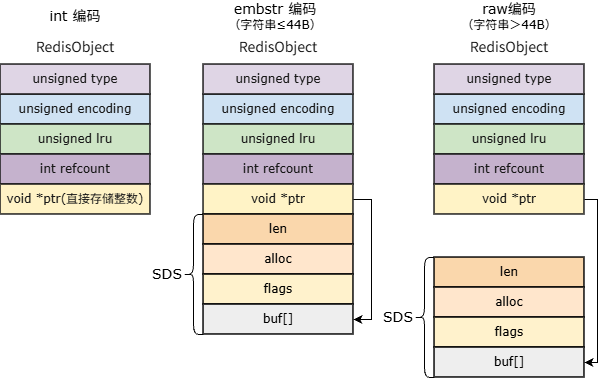
This is redis/Redis String 三种编码方式.drawio.png from oHo404/imgrepo, a draw.io export, as it was before one commit. Source tidied: cells renumbered, new cells last; positions are measured from the earlier drawing's top-left corner, leaving out a move shared by most shapes.
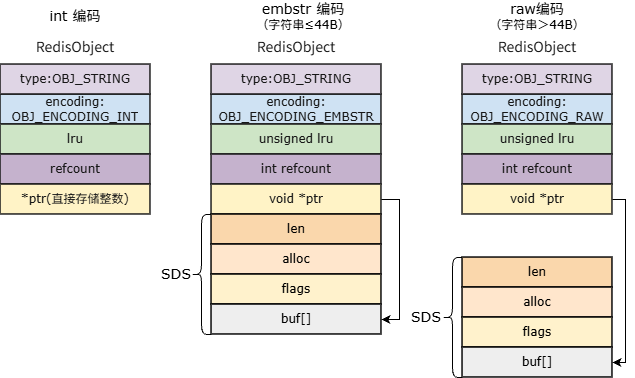
After the change.

Commit message:
更新Redis String 三种编码方式.drawio.png

The edit, as a diff of the source:
```diff
@@ -3,10 +3,10 @@
     <mxCell id="0" />
     <mxCell id="1" parent="0" />
     <mxCell id="2" value="&lt;font face=&quot;Verdana&quot; style=&quot;font-size: 14px;&quot;&gt;SDS&lt;/font&gt;" style="text;html=1;whiteSpace=wrap;strokeColor=none;fillColor=none;align=center;verticalAlign=middle;rounded=0;strokeWidth=1.5;" parent="1" vertex="1">
-      <mxGeometry x="137" y="258" width="60" height="30" as="geometry" />
+      <mxGeometry x="118" y="258" width="60" height="30" as="geometry" />
     </mxCell>
     <mxCell id="3" style="shape=curlyBracket;whiteSpace=wrap;html=1;rounded=1;labelPosition=left;verticalLabelPosition=middle;align=right;verticalAlign=middle;labelPerimeter=1;fontSize=11;strokeWidth=1;" parent="1" vertex="1">
-      <mxGeometry x="183" y="213" width="20" height="120" as="geometry" />
+      <mxGeometry x="163" y="213" width="20" height="120" as="geometry" />
     </mxCell>
     <mxCell id="4" style="endArrow=classic;html=1;rounded=0;defaultLabelBackgroundColor=gap;exitX=1;exitY=0.5;exitDx=0;exitDy=0;entryX=1;entryY=0.5;entryDx=0;entryDy=0;edgeStyle=orthogonalEdgeStyle;" parent="1" edge="1" source="35" target="41">
       <mxGeometry x="-0.15" relative="1" as="geometry">
@@ -23,7 +23,7 @@
       <mxGeometry x="368" y="301" width="60" height="30" as="geometry" />
     </mxCell>
     <mxCell id="7" value="&lt;font style=&quot;font-size: 14px;&quot; face=&quot;Verdana&quot;&gt;int 编码&lt;/font&gt;" style="text;html=1;whiteSpace=wrap;strokeColor=none;fillColor=none;align=center;verticalAlign=middle;rounded=0;" parent="1" vertex="1">
-      <mxGeometry x="35" width="80" height="30" as="geometry" />
+      <mxGeometry x="7" width="80" height="30" as="geometry" />
     </mxCell>
     <mxCell id="8" value="&lt;font face=&quot;Verdana&quot; style=&quot;font-size: 14px;&quot;&gt;embstr 编码&lt;/font&gt;&lt;div&gt;&lt;font face=&quot;Verdana&quot;&gt;（字符串≤44B）&lt;/font&gt;&lt;/div&gt;" style="text;html=1;whiteSpace=wrap;strokeColor=none;fillColor=none;align=center;verticalAlign=middle;rounded=0;" parent="1" vertex="1">
       <mxGeometry x="210" width="130" height="30" as="geometry" />
@@ -32,61 +32,61 @@
       <mxGeometry x="449" width="120" height="30" as="geometry" />
     </mxCell>
     <mxCell id="10" style="group;" parent="1" vertex="1">
-      <mxGeometry x="203" y="30" width="150" height="183" as="geometry" />
+      <mxGeometry x="183" y="30" width="170" height="183" as="geometry" />
     </mxCell>
-    <mxCell id="11" value="unsigned encoding" style="shape=rectangle;rounded=0;absoluteArcSize=1;arcSize=0;whiteSpace=wrap;html=0;align=center;verticalAlign=middle;fillColor=#CFE2F3;strokeColor=#171717;strokeWidth=1.5;fontColor=#171717;fontSize=12;fontFamily=Verdana;fontStyle=0;spacing=0;overflow=hidden;" parent="10" vertex="1">
-      <mxGeometry y="63" width="150" height="30" as="geometry" />
+    <mxCell id="11" value="encoding:&#10;OBJ_ENCODING_EMBSTR" style="shape=rectangle;rounded=0;absoluteArcSize=1;arcSize=0;whiteSpace=wrap;html=0;align=center;verticalAlign=middle;fillColor=#CFE2F3;strokeColor=#171717;strokeWidth=1.5;fontColor=#171717;fontSize=12;fontFamily=Verdana;fontStyle=0;spacing=0;overflow=hidden;" parent="10" vertex="1">
+      <mxGeometry y="63" width="170" height="30" as="geometry" />
     </mxCell>
-    <mxCell id="12" value="unsigned type" style="shape=rectangle;rounded=0;absoluteArcSize=1;arcSize=0;whiteSpace=wrap;html=0;align=center;verticalAlign=middle;fillColor=#DFD5E5;strokeColor=#171717;strokeWidth=1.5;fontColor=#171717;fontSize=12;fontFamily=Verdana;fontStyle=0;spacing=0;overflow=hidden;" parent="10" vertex="1">
-      <mxGeometry y="33" width="150" height="30" as="geometry" />
+    <mxCell id="12" value="type:OBJ_STRING" style="shape=rectangle;rounded=0;absoluteArcSize=1;arcSize=0;whiteSpace=wrap;html=0;align=center;verticalAlign=middle;fillColor=#DFD5E5;strokeColor=#171717;strokeWidth=1.5;fontColor=#171717;fontSize=12;fontFamily=Verdana;fontStyle=0;spacing=0;overflow=hidden;" parent="10" vertex="1">
+      <mxGeometry y="33" width="170" height="30" as="geometry" />
     </mxCell>
     <mxCell id="13" value="unsigned lru" style="shape=rectangle;rounded=0;absoluteArcSize=1;arcSize=0;whiteSpace=wrap;html=0;align=center;verticalAlign=middle;fillColor=#CEE5C6;strokeColor=#171717;strokeWidth=1.5;fontColor=#171717;fontSize=12;fontFamily=Verdana;fontStyle=0;spacing=0;overflow=hidden;" parent="10" vertex="1">
-      <mxGeometry y="93" width="150" height="30" as="geometry" />
+      <mxGeometry y="93" width="170" height="30" as="geometry" />
     </mxCell>
     <mxCell id="14" value="int refcount" style="shape=rectangle;rounded=0;absoluteArcSize=1;arcSize=0;whiteSpace=wrap;html=0;align=center;verticalAlign=middle;fillColor=#C5B2CD;strokeColor=#171717;strokeWidth=1.5;fontColor=#171717;fontSize=12;fontFamily=Verdana;fontStyle=0;spacing=0;overflow=hidden;" parent="10" vertex="1">
-      <mxGeometry y="123" width="150" height="30" as="geometry" />
+      <mxGeometry y="123" width="170" height="30" as="geometry" />
     </mxCell>
     <mxCell id="15" value="void *ptr" style="shape=rectangle;rounded=0;absoluteArcSize=1;arcSize=0;whiteSpace=wrap;html=0;align=center;verticalAlign=middle;fillColor=#FFF3C6;strokeColor=#171717;strokeWidth=1.5;fontColor=#171717;fontSize=12;fontFamily=Verdana;fontStyle=0;spacing=0;overflow=hidden;" parent="10" vertex="1">
-      <mxGeometry y="153" width="150" height="30" as="geometry" />
+      <mxGeometry y="153" width="170" height="30" as="geometry" />
     </mxCell>
     <mxCell id="16" value="&lt;span style=&quot;color: rgb(23, 23, 23); font-family: &amp;quot;WenQuanYi Micro Hei&amp;quot;; font-size: 14px;&quot;&gt;RedisObject&lt;/span&gt;" style="text;html=1;whiteSpace=wrap;strokeColor=none;fillColor=none;align=center;verticalAlign=middle;rounded=0;" parent="10" vertex="1">
-      <mxGeometry x="45" width="60" height="30" as="geometry" />
+      <mxGeometry x="51" width="68" height="30" as="geometry" />
     </mxCell>
     <mxCell id="17" style="group;" parent="1" vertex="1">
-      <mxGeometry y="30" width="150" height="183" as="geometry" />
+      <mxGeometry x="-28" y="30" width="150" height="183" as="geometry" />
     </mxCell>
-    <mxCell id="18" value="unsigned encoding" style="shape=rectangle;rounded=0;absoluteArcSize=1;arcSize=0;whiteSpace=wrap;html=0;align=center;verticalAlign=middle;fillColor=#CFE2F3;strokeColor=#171717;strokeWidth=1.5;fontColor=#171717;fontSize=12;fontFamily=Verdana;fontStyle=0;spacing=0;overflow=hidden;" parent="17" vertex="1">
+    <mxCell id="18" value="encoding:&#10;OBJ_ENCODING_INT" style="shape=rectangle;rounded=0;absoluteArcSize=1;arcSize=0;whiteSpace=wrap;html=0;align=center;verticalAlign=middle;fillColor=#CFE2F3;strokeColor=#171717;strokeWidth=1.5;fontColor=#171717;fontSize=12;fontFamily=Verdana;fontStyle=0;spacing=0;overflow=hidden;" parent="17" vertex="1">
       <mxGeometry y="63" width="150" height="30" as="geometry" />
     </mxCell>
-    <mxCell id="19" value="unsigned type" style="shape=rectangle;rounded=0;absoluteArcSize=1;arcSize=0;whiteSpace=wrap;html=0;align=center;verticalAlign=middle;fillColor=#DFD5E5;strokeColor=#171717;strokeWidth=1.5;fontColor=#171717;fontSize=12;fontFamily=Verdana;fontStyle=0;spacing=0;overflow=hidden;" parent="17" vertex="1">
+    <mxCell id="19" value="type:OBJ_STRING" style="shape=rectangle;rounded=0;absoluteArcSize=1;arcSize=0;whiteSpace=wrap;html=0;align=center;verticalAlign=middle;fillColor=#DFD5E5;strokeColor=#171717;strokeWidth=1.5;fontColor=#171717;fontSize=12;fontFamily=Verdana;fontStyle=0;spacing=0;overflow=hidden;" parent="17" vertex="1">
       <mxGeometry y="33" width="150" height="30" as="geometry" />
     </mxCell>
-    <mxCell id="20" value="unsigned lru" style="shape=rectangle;rounded=0;absoluteArcSize=1;arcSize=0;whiteSpace=wrap;html=0;align=center;verticalAlign=middle;fillColor=#CEE5C6;strokeColor=#171717;strokeWidth=1.5;fontColor=#171717;fontSize=12;fontFamily=Verdana;fontStyle=0;spacing=0;overflow=hidden;" parent="17" vertex="1">
+    <mxCell id="20" value="lru" style="shape=rectangle;rounded=0;absoluteArcSize=1;arcSize=0;whiteSpace=wrap;html=0;align=center;verticalAlign=middle;fillColor=#CEE5C6;strokeColor=#171717;strokeWidth=1.5;fontColor=#171717;fontSize=12;fontFamily=Verdana;fontStyle=0;spacing=0;overflow=hidden;" parent="17" vertex="1">
       <mxGeometry y="93" width="150" height="30" as="geometry" />
     </mxCell>
-    <mxCell id="21" value="int refcount" style="shape=rectangle;rounded=0;absoluteArcSize=1;arcSize=0;whiteSpace=wrap;html=0;align=center;verticalAlign=middle;fillColor=#C5B2CD;strokeColor=#171717;strokeWidth=1.5;fontColor=#171717;fontSize=12;fontFamily=Verdana;fontStyle=0;spacing=0;overflow=hidden;" parent="17" vertex="1">
+    <mxCell id="21" value="refcount" style="shape=rectangle;rounded=0;absoluteArcSize=1;arcSize=0;whiteSpace=wrap;html=0;align=center;verticalAlign=middle;fillColor=#C5B2CD;strokeColor=#171717;strokeWidth=1.5;fontColor=#171717;fontSize=12;fontFamily=Verdana;fontStyle=0;spacing=0;overflow=hidden;" parent="17" vertex="1">
       <mxGeometry y="123" width="150" height="30" as="geometry" />
     </mxCell>
-    <mxCell id="22" value="void *ptr(直接存储整数)" style="shape=rectangle;rounded=0;absoluteArcSize=1;arcSize=0;whiteSpace=wrap;html=0;align=center;verticalAlign=middle;fillColor=#FFF3C6;strokeColor=#171717;strokeWidth=1.5;fontColor=#171717;fontSize=12;fontFamily=Verdana;fontStyle=0;spacing=0;overflow=hidden;" parent="17" vertex="1">
+    <mxCell id="22" value="*ptr(直接存储整数)" style="shape=rectangle;rounded=0;absoluteArcSize=1;arcSize=0;whiteSpace=wrap;html=0;align=center;verticalAlign=middle;fillColor=#FFF3C6;strokeColor=#171717;strokeWidth=1.5;fontColor=#171717;fontSize=12;fontFamily=Verdana;fontStyle=0;spacing=0;overflow=hidden;" parent="17" vertex="1">
       <mxGeometry y="153" width="150" height="30" as="geometry" />
     </mxCell>
     <mxCell id="23" value="&lt;span style=&quot;color: rgb(23, 23, 23); font-family: &amp;quot;WenQuanYi Micro Hei&amp;quot;; font-size: 14px;&quot;&gt;RedisObject&lt;/span&gt;" style="text;html=1;whiteSpace=wrap;strokeColor=none;fillColor=none;align=center;verticalAlign=middle;rounded=0;" parent="17" vertex="1">
       <mxGeometry x="45" width="60" height="30" as="geometry" />
     </mxCell>
     <mxCell id="24" style="group;" parent="1" vertex="1">
-      <mxGeometry x="203" y="213" width="150" height="120" as="geometry" />
+      <mxGeometry x="183" y="213" width="170" height="120" as="geometry" />
     </mxCell>
     <mxCell id="25" value="&lt;font face=&quot;Verdana&quot; style=&quot;font-size: 12px;&quot;&gt;len&lt;/font&gt;" style="rounded=0;whiteSpace=wrap;html=1;fillColor=#fad7ac;strokeColor=#000000;fontSize=11;strokeWidth=1.5;" parent="24" vertex="1">
-      <mxGeometry width="150" height="30" as="geometry" />
+      <mxGeometry width="170" height="30" as="geometry" />
     </mxCell>
     <mxCell id="26" value="&lt;font face=&quot;Verdana&quot; style=&quot;font-size: 12px;&quot;&gt;alloc&lt;/font&gt;" style="rounded=0;whiteSpace=wrap;html=1;fillColor=#ffe6cc;strokeColor=#000000;fontSize=11;strokeWidth=1.5;" parent="24" vertex="1">
-      <mxGeometry y="30" width="150" height="30" as="geometry" />
+      <mxGeometry y="30" width="170" height="30" as="geometry" />
     </mxCell>
     <mxCell id="27" value="&lt;font face=&quot;Verdana&quot; style=&quot;font-size: 12px;&quot;&gt;flags&lt;/font&gt;" style="rounded=0;whiteSpace=wrap;html=1;fillColor=#fff2cc;strokeColor=#000000;fontSize=11;strokeWidth=1.5;" parent="24" vertex="1">
-      <mxGeometry y="60" width="150" height="30" as="geometry" />
+      <mxGeometry y="60" width="170" height="30" as="geometry" />
     </mxCell>
     <mxCell id="28" value="&lt;font face=&quot;Verdana&quot; style=&quot;font-size: 12px;&quot;&gt;buf[]&lt;/font&gt;" style="rounded=0;whiteSpace=wrap;html=1;fillColor=#eeeeee;strokeColor=#000000;fontSize=11;strokeWidth=1.5;" parent="24" vertex="1">
-      <mxGeometry y="90" width="150" height="30" as="geometry" />
+      <mxGeometry y="90" width="170" height="30" as="geometry" />
     </mxCell>
     <mxCell id="29" style="endArrow=classic;html=1;rounded=0;defaultLabelBackgroundColor=page;labelPadding=0 4;edgeStyle=orthogonalEdgeStyle;exitX=1;exitY=0.5;exitDx=0;exitDy=0;entryX=1;entryY=0.5;entryDx=0;entryDy=0;" parent="1" edge="1" source="15" target="28">
       <mxGeometry x="0.12" relative="1" as="geometry">
@@ -99,10 +99,10 @@
     <mxCell id="30" style="group;" parent="1" vertex="1">
       <mxGeometry x="434" y="30" width="150" height="183" as="geometry" />
     </mxCell>
-    <mxCell id="31" value="unsigned encoding" style="shape=rectangle;rounded=0;absoluteArcSize=1;arcSize=0;whiteSpace=wrap;html=0;align=center;verticalAlign=middle;fillColor=#CFE2F3;strokeColor=#171717;strokeWidth=1.5;fontColor=#171717;fontSize=12;fontFamily=Verdana;fontStyle=0;spacing=0;overflow=hidden;" parent="30" vertex="1">
+    <mxCell id="31" value="encoding:&#10;OBJ_ENCODING_RAW" style="shape=rectangle;rounded=0;absoluteArcSize=1;arcSize=0;whiteSpace=wrap;html=0;align=center;verticalAlign=middle;fillColor=#CFE2F3;strokeColor=#171717;strokeWidth=1.5;fontColor=#171717;fontSize=12;fontFamily=Verdana;fontStyle=0;spacing=0;overflow=hidden;" parent="30" vertex="1">
       <mxGeometry y="63" width="150" height="30" as="geometry" />
     </mxCell>
-    <mxCell id="32" value="unsigned type" style="shape=rectangle;rounded=0;absoluteArcSize=1;arcSize=0;whiteSpace=wrap;html=0;align=center;verticalAlign=middle;fillColor=#DFD5E5;strokeColor=#171717;strokeWidth=1.5;fontColor=#171717;fontSize=12;fontFamily=Verdana;fontStyle=0;spacing=0;overflow=hidden;" parent="30" vertex="1">
+    <mxCell id="32" value="type:OBJ_STRING" style="shape=rectangle;rounded=0;absoluteArcSize=1;arcSize=0;whiteSpace=wrap;html=0;align=center;verticalAlign=middle;fillColor=#DFD5E5;strokeColor=#171717;strokeWidth=1.5;fontColor=#171717;fontSize=12;fontFamily=Verdana;fontStyle=0;spacing=0;overflow=hidden;" parent="30" vertex="1">
       <mxGeometry y="33" width="150" height="30" as="geometry" />
     </mxCell>
     <mxCell id="33" value="unsigned lru" style="shape=rectangle;rounded=0;absoluteArcSize=1;arcSize=0;whiteSpace=wrap;html=0;align=center;verticalAlign=middle;fillColor=#CEE5C6;strokeColor=#171717;strokeWidth=1.5;fontColor=#171717;fontSize=12;fontFamily=Verdana;fontStyle=0;spacing=0;overflow=hidden;" parent="30" vertex="1">
```
